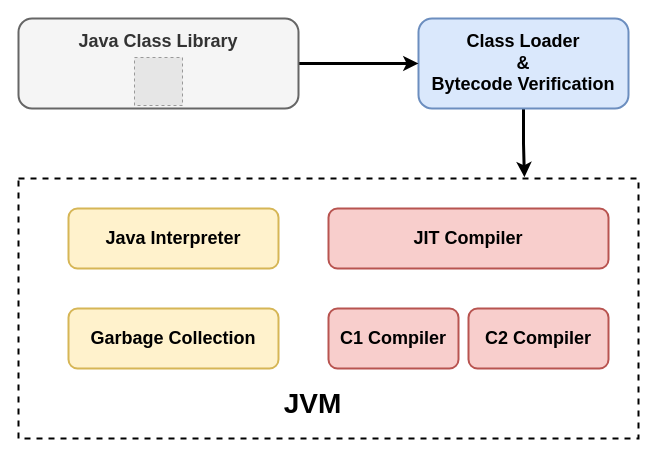
The draw.io diagram jre.drawio in auula/draw.io, before the edit. Source tidied: cells renumbered, new cells numbered last; positions are measured from the earlier drawing's top-left corner, leaving out a move shared by most shapes. Both pictures are drawn from the tidied source at 100%, with x=0, y=0 at pixel (18, 18). Pictures stored in the file or linked from it are replaced by grey dashed boxes.
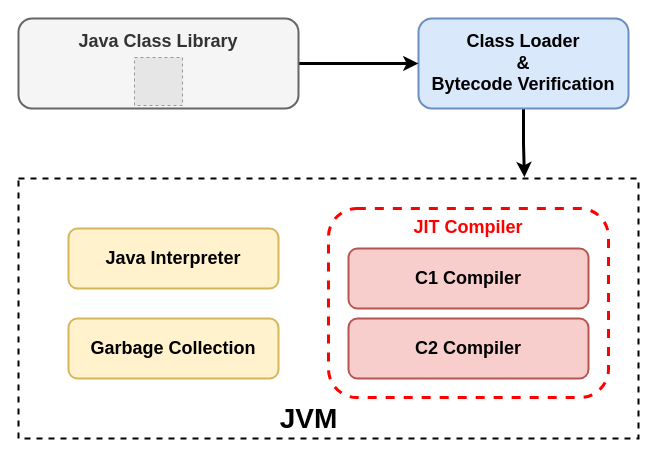
The same page after the edit.

Change to the diagram source:
```diff
@@
 <mxGraphModel>
   <root>
     <mxCell id="0" />
     <mxCell id="1" parent="0" />
     <mxCell id="2" style="edgeStyle=orthogonalEdgeStyle;rounded=0;jettySize=auto;html=1;entryX=0.816;entryY=-0.005;entryDx=0;entryDy=0;entryPerimeter=0;strokeWidth=3;fontSize=18;" parent="1" edge="1" source="3" target="7">
       <mxGeometry relative="1" as="geometry" />
     </mxCell>
     <mxCell id="3" value="&lt;b style=&quot;font-size: 18px;&quot;&gt;Class Loader&lt;br&gt;&amp;amp;&lt;br&gt;Bytecode Verification&lt;/b&gt;" style="rounded=1;whiteSpace=wrap;html=1;strokeWidth=2;fillColor=#dae8fc;strokeColor=#6c8ebf;" parent="1" vertex="1">
       <mxGeometry x="400" width="210" height="90" as="geometry" />
     </mxCell>
     <mxCell id="4" style="edgeStyle=orthogonalEdgeStyle;rounded=0;jettySize=auto;html=1;exitX=1;exitY=0.5;exitDx=0;exitDy=0;entryX=0;entryY=0.5;entryDx=0;entryDy=0;fontSize=18;strokeWidth=3;" parent="1" edge="1" source="5" target="3">
       <mxGeometry relative="1" as="geometry" />
     </mxCell>
     <mxCell id="5" value="&lt;b&gt;Java Class Library&lt;br&gt;&lt;br&gt;&lt;br&gt;&lt;/b&gt;" style="rounded=1;whiteSpace=wrap;html=1;strokeWidth=2;fontSize=18;fillColor=#f5f5f5;strokeColor=#666666;fontColor=#333333;" parent="1" vertex="1">
       <mxGeometry width="280" height="90" as="geometry" />
     </mxCell>
     <mxCell id="6" style="fillColor=#E6E6E6;strokeColor=#999999;dashed=1;html=1;verticalAlign=top;verticalLabelPosition=bottom;labelBackgroundColor=#ffffff;fontSize=18;" parent="1" vertex="1">
       <mxGeometry x="116" y="39" width="48" height="48" as="geometry" />
     </mxCell>
     <mxCell id="7" style="rounded=0;whiteSpace=wrap;html=1;strokeWidth=2;fontSize=18;dashed=1;fillColor=none;" parent="1" vertex="1">
       <mxGeometry y="160" width="620" height="260" as="geometry" />
     </mxCell>
     <mxCell id="8" value="&lt;b&gt;Java Interpreter&lt;/b&gt;" style="rounded=1;whiteSpace=wrap;html=1;strokeWidth=2;fontSize=18;fillColor=#fff2cc;strokeColor=#d6b656;" parent="1" vertex="1">
-      <mxGeometry x="50" y="190" width="210" height="60" as="geometry" />
+      <mxGeometry x="50" y="210" width="210" height="60" as="geometry" />
     </mxCell>
     <mxCell id="9" value="&lt;b&gt;Garbage Collection&lt;/b&gt;" style="rounded=1;whiteSpace=wrap;html=1;strokeWidth=2;fontSize=18;fillColor=#fff2cc;strokeColor=#d6b656;" parent="1" vertex="1">
-      <mxGeometry x="50" y="290" width="210" height="60" as="geometry" />
+      <mxGeometry x="50" y="300" width="210" height="60" as="geometry" />
     </mxCell>
-    <mxCell id="10" value="&lt;b&gt;JIT Compiler&lt;/b&gt;" style="rounded=1;whiteSpace=wrap;html=1;strokeWidth=2;fontSize=18;fillColor=#f8cecc;strokeColor=#b85450;" parent="1" vertex="1">
-      <mxGeometry x="310" y="190" width="280" height="60" as="geometry" />
+    <mxCell id="10" value="&lt;b&gt;&lt;font color=&quot;#ff0000&quot;&gt;JIT Compiler&lt;br&gt;&lt;br&gt;&lt;br&gt;&lt;br&gt;&lt;br&gt;&lt;br&gt;&lt;br&gt;&lt;/font&gt;&lt;br&gt;&lt;/b&gt;" style="rounded=1;whiteSpace=wrap;html=1;strokeWidth=3;fontSize=18;fillColor=none;strokeColor=#FF0000;dashed=1;" parent="1" vertex="1">
+      <mxGeometry x="310" y="190" width="280" height="189" as="geometry" />
     </mxCell>
     <mxCell id="11" value="&lt;b&gt;C1 Compiler&lt;/b&gt;" style="rounded=1;whiteSpace=wrap;html=1;strokeWidth=2;fontSize=18;fillColor=#f8cecc;strokeColor=#b85450;" parent="1" vertex="1">
-      <mxGeometry x="310" y="290" width="130" height="60" as="geometry" />
+      <mxGeometry x="330" y="230" width="240" height="60" as="geometry" />
     </mxCell>
     <mxCell id="12" value="&lt;b&gt;C2 Compiler&lt;/b&gt;" style="rounded=1;whiteSpace=wrap;html=1;strokeWidth=2;fontSize=18;fillColor=#f8cecc;strokeColor=#b85450;" parent="1" vertex="1">
-      <mxGeometry x="450" y="290" width="140" height="60" as="geometry" />
+      <mxGeometry x="330" y="300" width="240" height="60" as="geometry" />
     </mxCell>
     <mxCell id="13" value="&lt;b&gt;&lt;font style=&quot;font-size: 28px;&quot;&gt;JVM&lt;/font&gt;&lt;/b&gt;" style="text;html=1;align=center;verticalAlign=middle;strokeColor=none;fillColor=none;fontSize=18;" parent="1" vertex="1">
-      <mxGeometry x="254" y="360" width="80" height="50" as="geometry" />
+      <mxGeometry x="250" y="375" width="80" height="50" as="geometry" />
     </mxCell>
   </root>
 </mxGraphModel>
```
